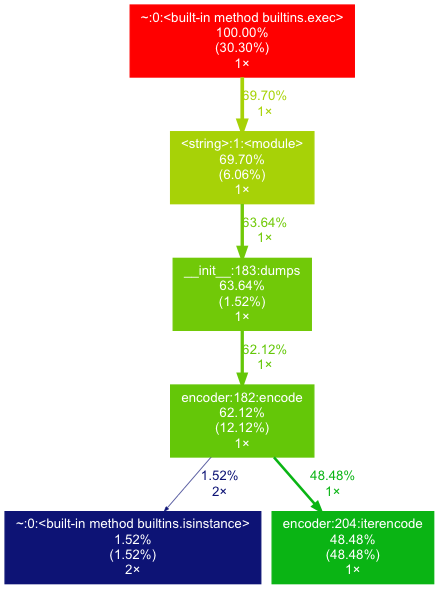
Before: deliver/just_json.png, a diagram exported from Graphviz (octaflop/python_profiling). Its source is kept beside it as deliver/just_json.dot.
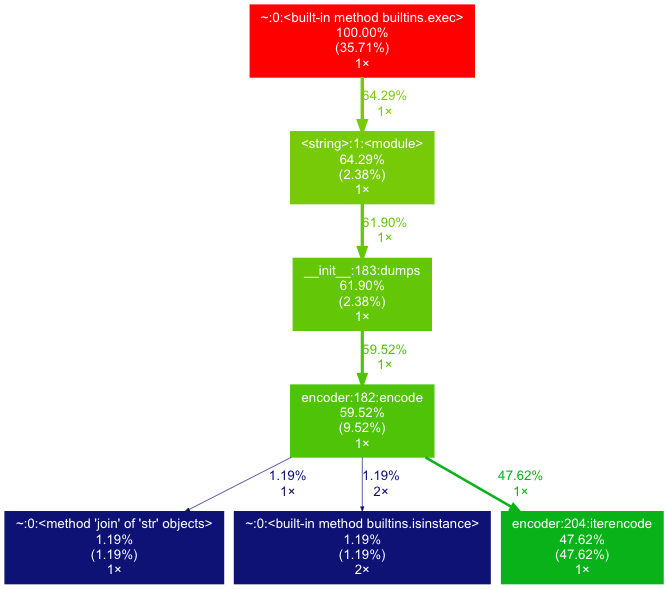
Above is the later version.

What changed in the source:
```diff
@@ -2,15 +2,17 @@
 	graph [fontname=Arial, nodesep=0.125, ranksep=0.25];
 	node [fontcolor=white, fontname=Arial, height=0, shape=box, style=filled, width=0];
 	edge [fontname=Arial];
-	1 [color="#64c708", fontcolor="#ffffff", fontsize="10.00", label="encoder:182:encode\n62.12%\n(12.12%)\n1×", tooltip="/usr/local/Cellar/python/3.6.5/Frameworks/Python.framework/Versions/3.6/lib/python3.6/json/encoder.py"];
-	1 -> 3 [arrowsize="0.35", color="#0d1375", fontcolor="#0d1375", fontsize="10.00", label="1.52%\n2×", labeldistance="0.50", penwidth="0.50"];
-	1 -> 6 [arrowsize="0.70", color="#0ab414", fontcolor="#0ab414", fontsize="10.00", label="48.48%\n1×", labeldistance="1.94", penwidth="1.94"];
-	2 [color="#ff0000", fontcolor="#ffffff", fontsize="10.00", label="~:0:<built-in method builtins.exec>\n100.00%\n(30.30%)\n1×", tooltip="~"];
-	2 -> 5 [arrowsize="0.83", color="#a7d207", fontcolor="#a7d207", fontsize="10.00", label="69.70%\n1×", labeldistance="2.79", penwidth="2.79"];
-	3 [color="#0d1375", fontcolor="#ffffff", fontsize="10.00", label="~:0:<built-in method builtins.isinstance>\n1.52%\n(1.52%)\n2×", tooltip="~"];
-	4 [color="#71c908", fontcolor="#ffffff", fontsize="10.00", label="__init__:183:dumps\n63.64%\n(1.52%)\n1×", tooltip="/usr/local/Cellar/python/3.6.5/Frameworks/Python.framework/Versions/3.6/lib/python3.6/json/__init__.py"];
-	4 -> 1 [arrowsize="0.79", color="#64c708", fontcolor="#64c708", fontsize="10.00", label="62.12%\n1×", labeldistance="2.48", penwidth="2.48"];
-	5 [color="#a7d207", fontcolor="#ffffff", fontsize="10.00", label="<string>:1:<module>\n69.70%\n(6.06%)\n1×", tooltip="<string>"];
-	5 -> 4 [arrowsize="0.80", color="#71c908", fontcolor="#71c908", fontsize="10.00", label="63.64%\n1×", labeldistance="2.55", penwidth="2.55"];
-	6 [color="#0ab414", fontcolor="#ffffff", fontsize="10.00", label="encoder:204:iterencode\n48.48%\n(48.48%)\n1×", tooltip="/usr/local/Cellar/python/3.6.5/Frameworks/Python.framework/Versions/3.6/lib/python3.6/json/encoder.py"];
+	0 [color="#0d1274", fontcolor="#ffffff", fontsize="10.00", label="~:0:<method 'join' of 'str' objects>\n1.19%\n(1.19%)\n1×", tooltip="~"];
+	1 [color="#4fc308", fontcolor="#ffffff", fontsize="10.00", label="encoder:182:encode\n59.52%\n(9.52%)\n1×", tooltip="/usr/local/Cellar/python/3.6.5/Frameworks/Python.framework/Versions/3.6/lib/python3.6/json/encoder.py"];
+	1 -> 0 [arrowsize="0.35", color="#0d1274", fontcolor="#0d1274", fontsize="10.00", label="1.19%\n1×", labeldistance="0.50", penwidth="0.50"];
+	1 -> 3 [arrowsize="0.35", color="#0d1274", fontcolor="#0d1274", fontsize="10.00", label="1.19%\n2×", labeldistance="0.50", penwidth="0.50"];
+	1 -> 6 [arrowsize="0.69", color="#0ab21a", fontcolor="#0ab21a", fontsize="10.00", label="47.62%\n1×", labeldistance="1.90", penwidth="1.90"];
+	2 [color="#ff0000", fontcolor="#ffffff", fontsize="10.00", label="~:0:<built-in method builtins.exec>\n100.00%\n(35.71%)\n1×", tooltip="~"];
+	2 -> 5 [arrowsize="0.80", color="#77ca07", fontcolor="#77ca07", fontsize="10.00", label="64.29%\n1×", labeldistance="2.57", penwidth="2.57"];
+	3 [color="#0d1274", fontcolor="#ffffff", fontsize="10.00", label="~:0:<built-in method builtins.isinstance>\n1.19%\n(1.19%)\n2×", tooltip="~"];
+	4 [color="#63c708", fontcolor="#ffffff", fontsize="10.00", label="__init__:183:dumps\n61.90%\n(2.38%)\n1×", tooltip="/usr/local/Cellar/python/3.6.5/Frameworks/Python.framework/Versions/3.6/lib/python3.6/json/__init__.py"];
+	4 -> 1 [arrowsize="0.77", color="#4fc308", fontcolor="#4fc308", fontsize="10.00", label="59.52%\n1×", labeldistance="2.38", penwidth="2.38"];
+	5 [color="#77ca07", fontcolor="#ffffff", fontsize="10.00", label="<string>:1:<module>\n64.29%\n(2.38%)\n1×", tooltip="<string>"];
+	5 -> 4 [arrowsize="0.79", color="#63c708", fontcolor="#63c708", fontsize="10.00", label="61.90%\n1×", labeldistance="2.48", penwidth="2.48"];
+	6 [color="#0ab21a", fontcolor="#ffffff", fontsize="10.00", label="encoder:204:iterencode\n47.62%\n(47.62%)\n1×", tooltip="/usr/local/Cellar/python/3.6.5/Frameworks/Python.framework/Versions/3.6/lib/python3.6/json/encoder.py"];
 }
```
